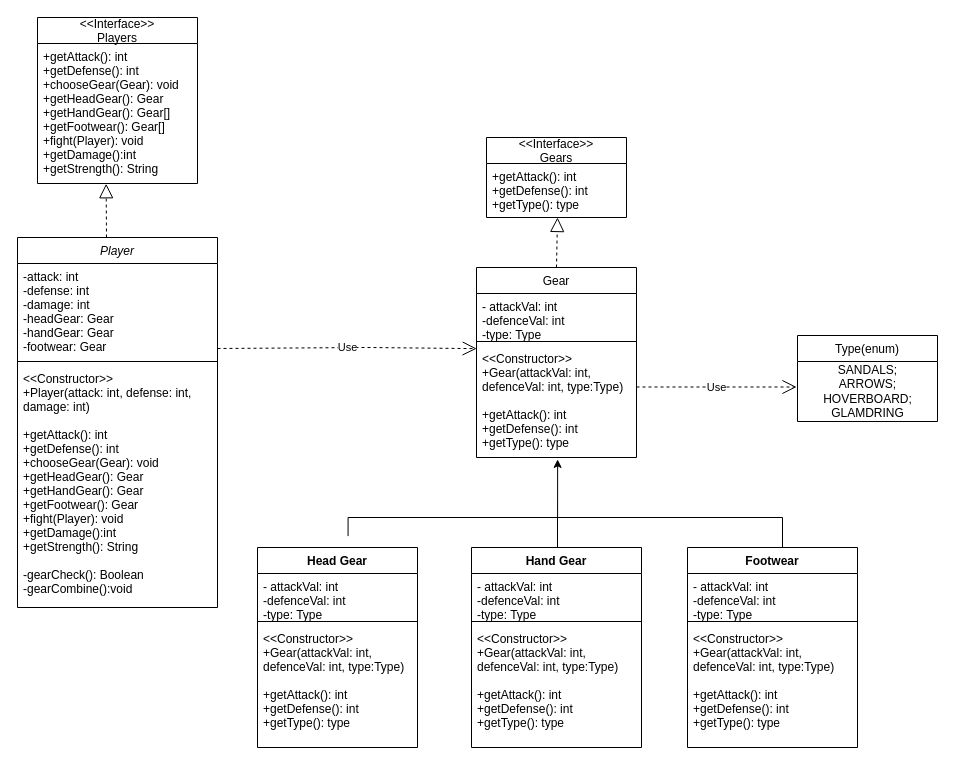
The draw.io diagram Untitled Diagram.drawio in zj-yan/Luc, before the edit. Source tidied: cells renumbered, new cells numbered last; positions are measured from the earlier drawing's top-left corner, leaving out a move shared by most shapes. Both pictures are drawn from the tidied source at 100%, with x=0, y=0 at pixel (17, 17).
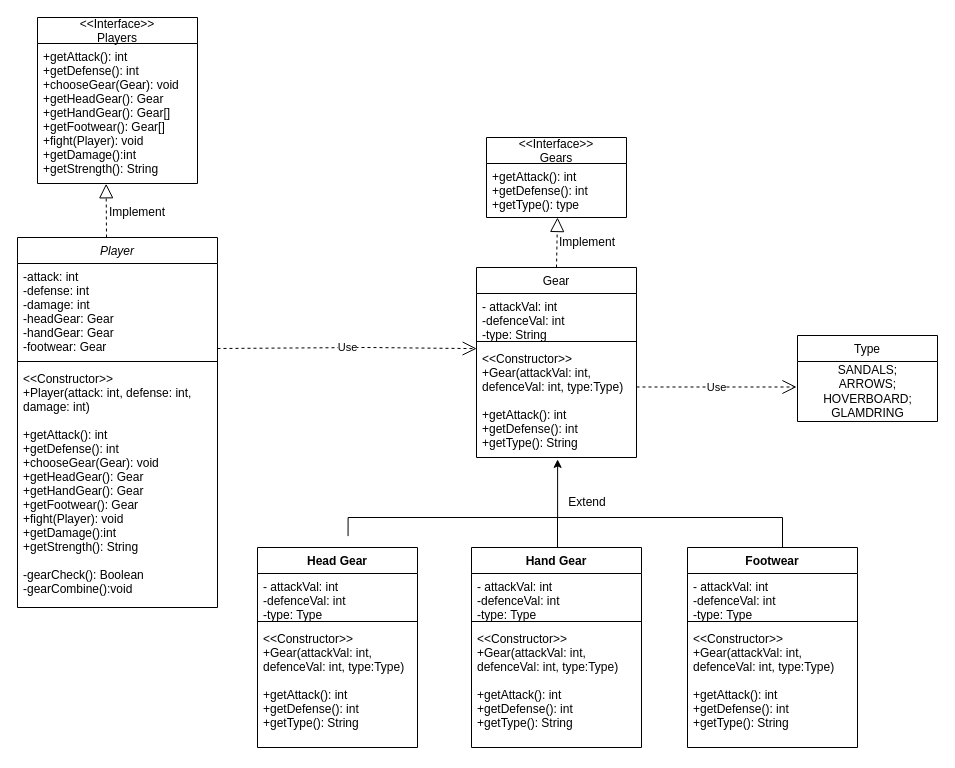
Above is the later version.

Unchanged cells that the change refers to:
```xml
<mxCell id="6" value="Gear" style="swimlane;fontStyle=0;align=center;verticalAlign=top;horizontal=1;startSize=26;rounded=0;shadow=0;strokeWidth=1;" parent="1" vertex="1">
  <mxGeometry x="459" y="250" width="160" height="190" as="geometry" />
</mxCell>
<mxCell id="12" value="Head Gear" style="swimlane;fontStyle=1;align=center;verticalAlign=top;horizontal=1;startSize=26;" parent="1" vertex="1">
  <mxGeometry x="240" y="530" width="160" height="200" as="geometry" />
</mxCell>
<mxCell id="18" value="Hand Gear" style="swimlane;fontStyle=1;align=center;verticalAlign=top;horizontal=1;startSize=26;" parent="1" vertex="1">
  <mxGeometry x="454" y="530" width="170" height="200" as="geometry" />
</mxCell>
<mxCell id="22" value="Footwear" style="swimlane;fontStyle=1;align=center;verticalAlign=top;horizontal=1;startSize=26;" parent="1" vertex="1">
  <mxGeometry x="670" y="530" width="170" height="200" as="geometry" />
</mxCell>
```

Change to the diagram source:
```diff
@@
-    <mxCell id="7" value="- attackVal: int&#10;-defenceVal: int&#10;-type: Type" style="text;align=left;verticalAlign=top;spacingLeft=4;spacingRight=4;overflow=hidden;rounded=0;shadow=0;html=0;" parent="6" vertex="1">
+    <mxCell id="7" value="- attackVal: int&#10;-defenceVal: int&#10;-type: String" style="text;align=left;verticalAlign=top;spacingLeft=4;spacingRight=4;overflow=hidden;rounded=0;shadow=0;html=0;" parent="6" vertex="1">
       <mxGeometry y="26" width="160" height="44" as="geometry" />
     </mxCell>
@@
-    <mxCell id="9" value="&lt;&lt;Constructor&gt;&gt;&#10;+Gear(attackVal: int, &#10;defenceVal: int, type:Type)&#10;&#10;+getAttack(): int&#10;+getDefense(): int&#10;+getType(): type" style="text;align=left;verticalAlign=top;spacingLeft=4;spacingRight=4;overflow=hidden;points=[[0,0.5],[1,0.5]];portConstraint=eastwest;rounded=0;shadow=0;html=0;" parent="6" vertex="1">
+    <mxCell id="9" value="&lt;&lt;Constructor&gt;&gt;&#10;+Gear(attackVal: int, &#10;defenceVal: int, type:Type)&#10;&#10;+getAttack(): int&#10;+getDefense(): int&#10;+getType(): String" style="text;align=left;verticalAlign=top;spacingLeft=4;spacingRight=4;overflow=hidden;points=[[0,0.5],[1,0.5]];portConstraint=eastwest;rounded=0;shadow=0;html=0;" parent="6" vertex="1">
       <mxGeometry y="78" width="160" height="112" as="geometry" />
     </mxCell>
@@
-    <mxCell id="15" value="&lt;&lt;Constructor&gt;&gt;&#10;+Gear(attackVal: int, &#10;defenceVal: int, type:Type)&#10;&#10;+getAttack(): int&#10;+getDefense(): int&#10;+getType(): type" style="text;strokeColor=none;fillColor=none;align=left;verticalAlign=top;spacingLeft=4;spacingRight=4;overflow=hidden;" parent="12" vertex="1">
+    <mxCell id="15" value="&lt;&lt;Constructor&gt;&gt;&#10;+Gear(attackVal: int, &#10;defenceVal: int, type:Type)&#10;&#10;+getAttack(): int&#10;+getDefense(): int&#10;+getType(): String" style="text;strokeColor=none;fillColor=none;align=left;verticalAlign=top;spacingLeft=4;spacingRight=4;overflow=hidden;" parent="12" vertex="1">
       <mxGeometry y="78" width="160" height="122" as="geometry" />
     </mxCell>
@@
-    <mxCell id="21" value="&lt;&lt;Constructor&gt;&gt;&#10;+Gear(attackVal: int, &#10;defenceVal: int, type:Type)&#10;&#10;+getAttack(): int&#10;+getDefense(): int&#10;+getType(): type" style="text;strokeColor=none;fillColor=none;align=left;verticalAlign=top;spacingLeft=4;spacingRight=4;overflow=hidden;" parent="18" vertex="1">
+    <mxCell id="21" value="&lt;&lt;Constructor&gt;&gt;&#10;+Gear(attackVal: int, &#10;defenceVal: int, type:Type)&#10;&#10;+getAttack(): int&#10;+getDefense(): int&#10;+getType(): String" style="text;strokeColor=none;fillColor=none;align=left;verticalAlign=top;spacingLeft=4;spacingRight=4;overflow=hidden;" parent="18" vertex="1">
       <mxGeometry y="78" width="170" height="122" as="geometry" />
     </mxCell>
@@
-    <mxCell id="25" value="&lt;&lt;Constructor&gt;&gt;&#10;+Gear(attackVal: int, &#10;defenceVal: int, type:Type)&#10;&#10;+getAttack(): int&#10;+getDefense(): int&#10;+getType(): type" style="text;strokeColor=none;fillColor=none;align=left;verticalAlign=top;spacingLeft=4;spacingRight=4;overflow=hidden;" parent="22" vertex="1">
+    <mxCell id="25" value="&lt;&lt;Constructor&gt;&gt;&#10;+Gear(attackVal: int, &#10;defenceVal: int, type:Type)&#10;&#10;+getAttack(): int&#10;+getDefense(): int&#10;+getType(): String" style="text;strokeColor=none;fillColor=none;align=left;verticalAlign=top;spacingLeft=4;spacingRight=4;overflow=hidden;" parent="22" vertex="1">
       <mxGeometry y="78" width="170" height="122" as="geometry" />
     </mxCell>
@@
-    <mxCell id="28" value="Type(enum)" style="swimlane;fontStyle=0;horizontal=1;startSize=26;fillColor=none;" parent="1" vertex="1">
+    <mxCell id="28" value="Type" style="swimlane;fontStyle=0;horizontal=1;startSize=26;fillColor=none;" parent="1" vertex="1">
       <mxGeometry x="780" y="318" width="140" height="86" as="geometry" />
     </mxCell>
@@
+    <mxCell id="37" value="Implement" style="text;html=1;strokeColor=none;fillColor=none;align=center;verticalAlign=middle;whiteSpace=wrap;rounded=0;" parent="1" vertex="1">
+      <mxGeometry x="90" y="180" width="60" height="30" as="geometry" />
+    </mxCell>
+    <mxCell id="38" value="Implement" style="text;html=1;strokeColor=none;fillColor=none;align=center;verticalAlign=middle;whiteSpace=wrap;rounded=0;" parent="1" vertex="1">
+      <mxGeometry x="540" y="210" width="60" height="30" as="geometry" />
+    </mxCell>
+    <mxCell id="39" value="Extend" style="text;html=1;strokeColor=none;fillColor=none;align=center;verticalAlign=middle;whiteSpace=wrap;rounded=0;" parent="1" vertex="1">
+      <mxGeometry x="540" y="470" width="60" height="30" as="geometry" />
+    </mxCell>
```
